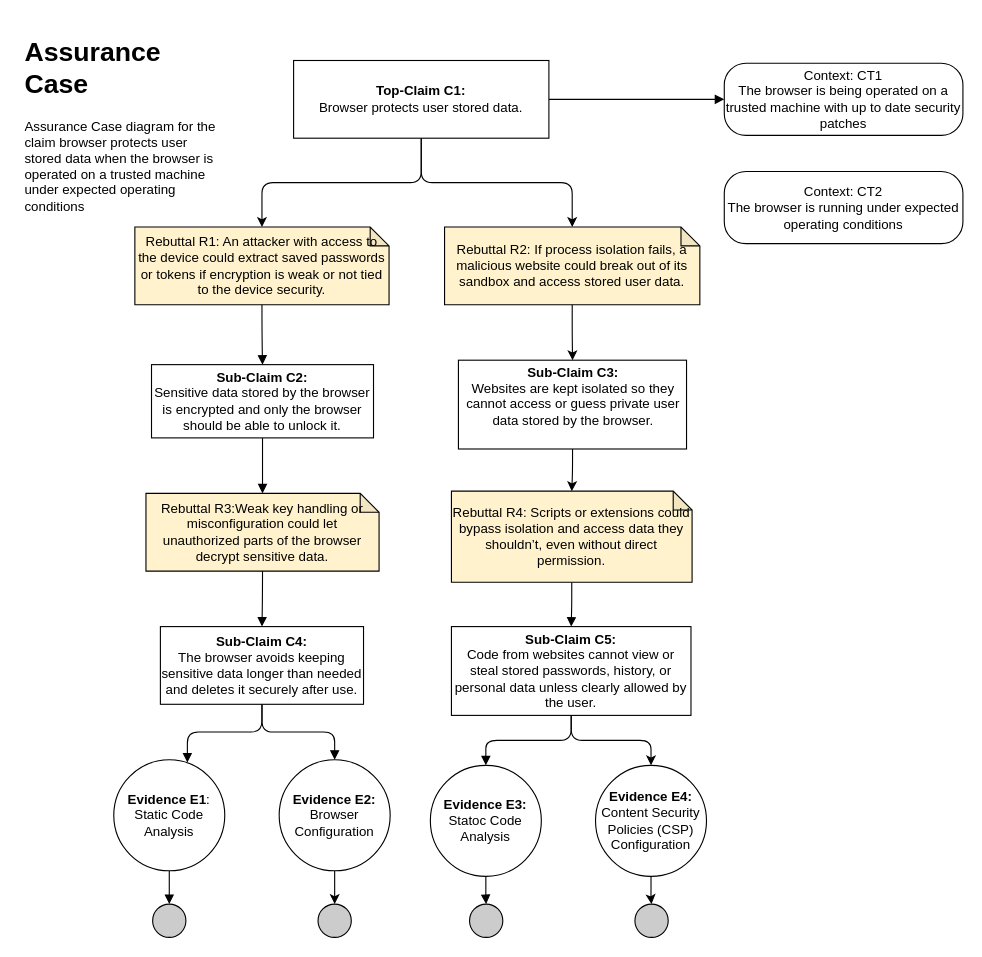
Before: docs/Navigate_URL_Assurance_Case.drawio in chauler/CYBR8420-Team5-Project, a draw.io diagram. Source tidied: cells renumbered, new cells numbered last; positions are measured from the earlier drawing's top-left corner, leaving out a move shared by most shapes. Both pictures are drawn from the tidied source at 111%, with x=0, y=0 at pixel (19, 30).
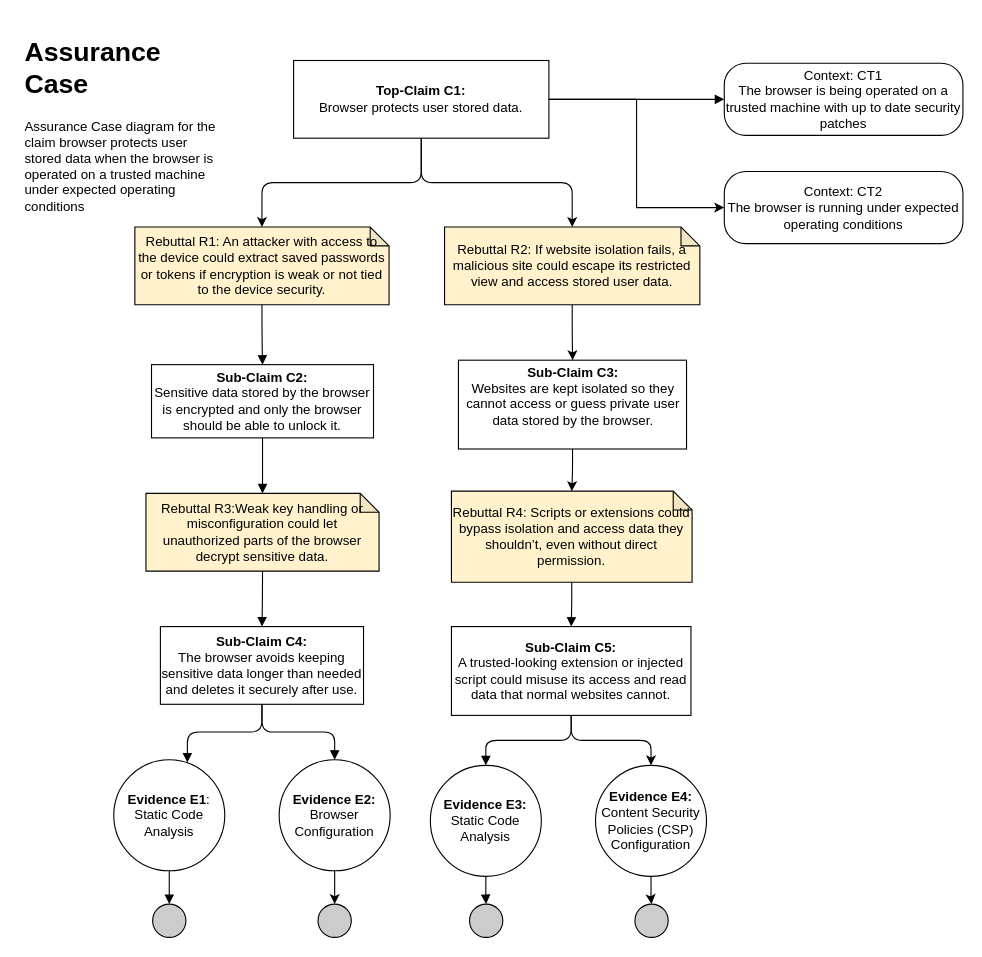
Above is the later version.

Commit message (it also covers changes not shown here):
Update diagram based on feedback from Logan

Unchanged cells that the change refers to:
```xml
<mxCell id="4" value="&lt;b&gt;Top-Claim C1:&lt;br&gt;&lt;/b&gt;&lt;span&gt;Browser protects user stored data.&lt;/span&gt;" style="rounded=0;whiteSpace=wrap;html=1;" parent="1" vertex="1">
  <mxGeometry x="247" y="27" width="230" height="70" as="geometry" />
</mxCell>
<mxCell id="38" value="Context: CT2&lt;br&gt;The browser is running under expected operating conditions" style="rounded=1;whiteSpace=wrap;html=1;arcSize=30;" parent="1" vertex="1">
  <mxGeometry x="635" y="127" width="215" height="65" as="geometry" />
</mxCell>
```

What changed in the source:
```diff
@@
+    <mxCell id="39" style="edgeStyle=orthogonalEdgeStyle;rounded=0;jettySize=auto;html=1;entryX=0;entryY=0.5;entryDx=0;entryDy=0;" parent="1" edge="1" source="4" target="38">
+      <mxGeometry relative="1" as="geometry" />
+    </mxCell>
@@
-    <mxCell id="19" value="&lt;b&gt;Sub-Claim C5:&lt;br&gt;&lt;/b&gt;Code from websites cannot view or steal stored passwords, history, or personal data unless clearly allowed by the user." style="rounded=0;whiteSpace=wrap;html=1;" parent="1" vertex="1">
+    <mxCell id="19" value="&lt;b&gt;Sub-Claim C5:&lt;br&gt;&lt;/b&gt;A trusted-looking extension or injected script could misuse its access and read data that normal websites cannot." style="rounded=0;whiteSpace=wrap;html=1;" parent="1" vertex="1">
       <mxGeometry x="389.2" y="537" width="215.8" height="80" as="geometry" />
     </mxCell>
@@
-    <mxCell id="27" value="&lt;b&gt;Evidence E3:&lt;/b&gt;&lt;br&gt;Statoc Code Analysis" style="ellipse;whiteSpace=wrap;html=1;fillColor=#ffffff;rounded=0;" parent="1" vertex="1">
+    <mxCell id="27" value="&lt;b&gt;Evidence E3:&lt;/b&gt;&lt;br&gt;Static Code Analysis" style="ellipse;whiteSpace=wrap;html=1;fillColor=#ffffff;rounded=0;" parent="1" vertex="1">
       <mxGeometry x="370.2" y="662" width="100" height="100" as="geometry" />
     </mxCell>
@@
-    <mxCell id="30" value="Rebuttal R2: If process isolation fails, a malicious website could break out of its sandbox and access stored user data." style="shape=note;whiteSpace=wrap;html=1;backgroundOutline=1;darkOpacity=0.05;size=17;fillColor=#FFF2CC;" parent="1" vertex="1">
+    <mxCell id="30" value="Rebuttal R2: If website isolation fails, a malicious site could escape its restricted view and access stored user data." style="shape=note;whiteSpace=wrap;html=1;backgroundOutline=1;darkOpacity=0.05;size=17;fillColor=#FFF2CC;" parent="1" vertex="1">
       <mxGeometry x="383" y="177" width="230" height="70" as="geometry" />
     </mxCell>
```
